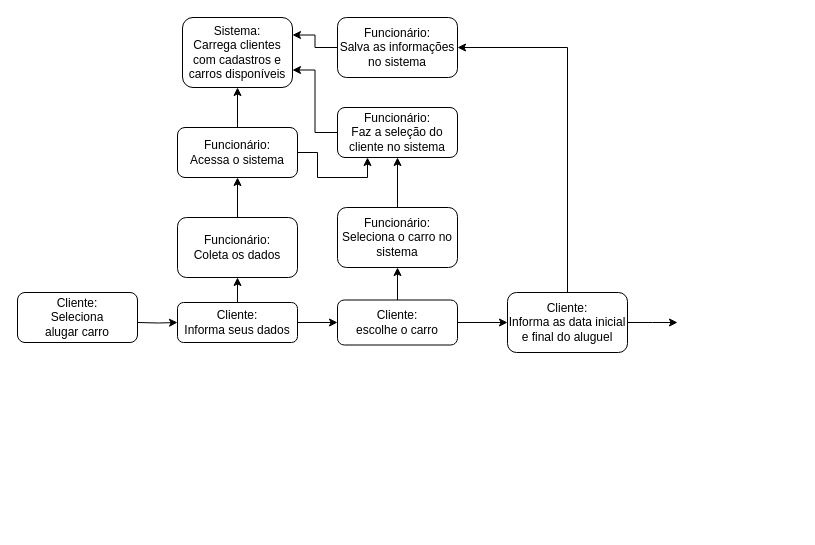
Before: Diagrama sem título.drawio in Weszzell/Diagrama, a draw.io diagram. Source tidied: cells renumbered, new cells numbered last; positions are measured from the earlier drawing's top-left corner, leaving out a move shared by most shapes. Both pictures are drawn from the tidied source at 100%, with x=0, y=0 at pixel (17, 17).
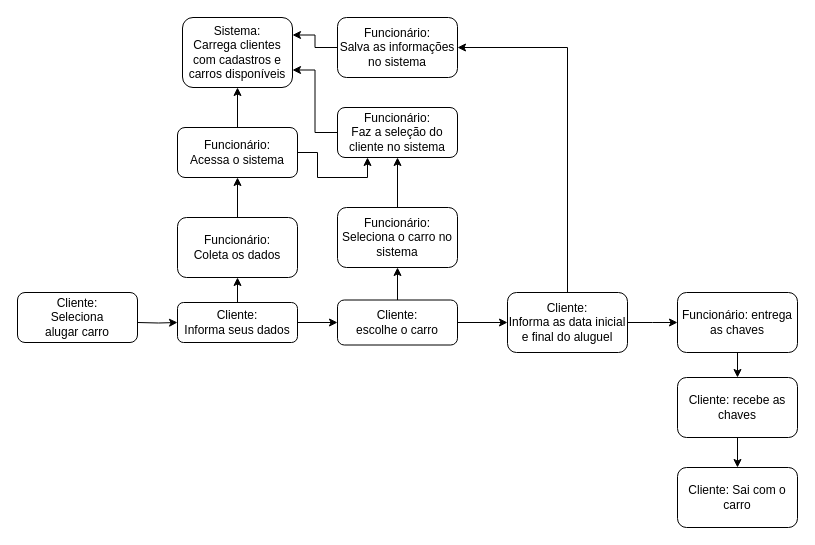
The same diagram, later.

What changed in the source:
```diff
@@
+    <mxCell id="25" style="edgeStyle=orthogonalEdgeStyle;rounded=0;jettySize=auto;html=1;exitX=0.5;exitY=1;exitDx=0;exitDy=0;entryX=0.5;entryY=0;entryDx=0;entryDy=0;" parent="1" edge="1" source="26" target="29">
+      <mxGeometry relative="1" as="geometry" />
+    </mxCell>
+    <mxCell id="26" value="Cliente: recebe as chaves" style="rounded=1;whiteSpace=wrap;html=1;" parent="1" vertex="1">
+      <mxGeometry x="660" y="360" width="120" height="60" as="geometry" />
+    </mxCell>
+    <mxCell id="27" style="edgeStyle=orthogonalEdgeStyle;rounded=0;jettySize=auto;html=1;exitX=0.5;exitY=1;exitDx=0;exitDy=0;entryX=0.5;entryY=0;entryDx=0;entryDy=0;" parent="1" edge="1" source="28" target="26">
+      <mxGeometry relative="1" as="geometry" />
+    </mxCell>
+    <mxCell id="28" value="Funcionário: entrega as chaves" style="rounded=1;whiteSpace=wrap;html=1;" parent="1" vertex="1">
+      <mxGeometry x="660" y="275" width="120" height="60" as="geometry" />
+    </mxCell>
+    <mxCell id="29" value="Cliente: Sai com o carro" style="rounded=1;whiteSpace=wrap;html=1;" parent="1" vertex="1">
+      <mxGeometry x="660" y="450" width="120" height="60" as="geometry" />
+    </mxCell>
```
